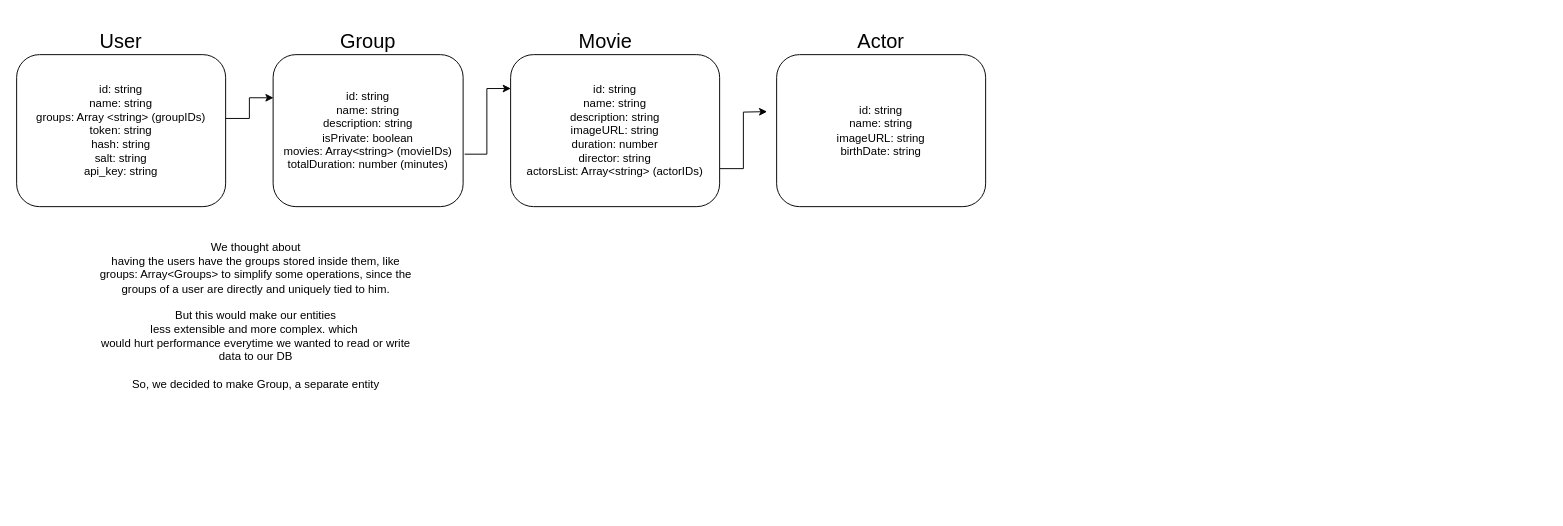
This is Docs/storage.drawio from p4ulor/Movies-Manager, a draw.io file, before an edit. Source tidied: cells renumbered, new cells numbered last; positions are measured from the earlier drawing's top-left corner, leaving out a move shared by most shapes. Both pictures are drawn from the tidied source at 95%, with x=0, y=0 at pixel (16, 26).
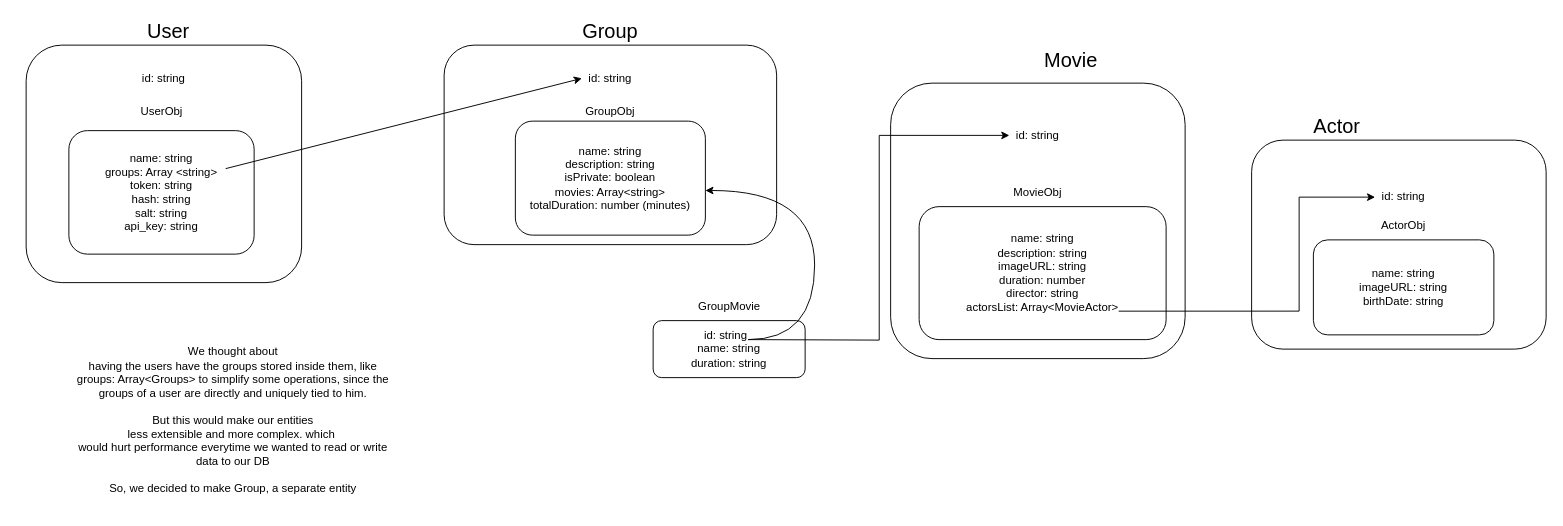
The same diagram, later.

The edit, as a diff of the source:
```diff
@@
-    <mxCell id="2" style="edgeStyle=orthogonalEdgeStyle;rounded=0;jettySize=auto;html=1;exitX=0.995;exitY=0.42;exitDx=0;exitDy=0;entryX=0.002;entryY=0.284;entryDx=0;entryDy=0;entryPerimeter=0;fontSize=21;exitPerimeter=0;" parent="1" edge="1" source="3" target="6">
-      <mxGeometry relative="1" as="geometry" />
-    </mxCell>
-    <mxCell id="3" value="id: string&lt;br&gt;name: string&lt;br&gt;groups: Array &amp;lt;string&amp;gt; (groupIDs)&lt;br&gt;token: string&lt;br&gt;hash: string&lt;br&gt;salt: string&lt;br&gt;api_key: string" style="rounded=1;whiteSpace=wrap;html=1;" parent="1" vertex="1">
-      <mxGeometry y="30" width="220" height="160" as="geometry" />
+    <mxCell id="3" style="rounded=1;whiteSpace=wrap;html=1;" parent="1" vertex="1">
+      <mxGeometry x="10" y="20" width="290" height="250" as="geometry" />
     </mxCell>
     <mxCell id="4" value="&lt;font style=&quot;font-size: 21px;&quot;&gt;User&lt;/font&gt;" style="text;html=1;strokeColor=none;fillColor=none;align=center;verticalAlign=middle;whiteSpace=wrap;rounded=0;" parent="1" vertex="1">
-      <mxGeometry x="80" width="60" height="30" as="geometry" />
+      <mxGeometry x="130" y="-10" width="60" height="30" as="geometry" />
     </mxCell>
-    <mxCell id="5" style="edgeStyle=orthogonalEdgeStyle;rounded=0;jettySize=auto;html=1;exitX=1.008;exitY=0.655;exitDx=0;exitDy=0;entryX=0.001;entryY=0.223;entryDx=0;entryDy=0;fontSize=21;exitPerimeter=0;entryPerimeter=0;" parent="1" edge="1" source="6" target="10">
-      <mxGeometry relative="1" as="geometry" />
-    </mxCell>
-    <mxCell id="6" value="id: string&lt;br&gt;name: string&lt;br&gt;description: string&lt;br&gt;isPrivate: boolean&lt;br&gt;movies: Array&amp;lt;string&amp;gt; (movieIDs)&lt;br&gt;totalDuration: number (minutes)" style="rounded=1;whiteSpace=wrap;html=1;" parent="1" vertex="1">
-      <mxGeometry x="270" y="30" width="200" height="160" as="geometry" />
+    <mxCell id="6" style="rounded=1;whiteSpace=wrap;html=1;" parent="1" vertex="1">
+      <mxGeometry x="450" y="20" width="350" height="210" as="geometry" />
     </mxCell>
     <mxCell id="7" value="&lt;font style=&quot;font-size: 21px;&quot;&gt;Group&lt;/font&gt;" style="text;html=1;strokeColor=none;fillColor=none;align=center;verticalAlign=middle;whiteSpace=wrap;rounded=0;" parent="1" vertex="1">
-      <mxGeometry x="340" width="60" height="30" as="geometry" />
+      <mxGeometry x="595" y="-10" width="60" height="30" as="geometry" />
     </mxCell>
     <mxCell id="8" value="&lt;font style=&quot;font-size: 21px;&quot;&gt;Movie&lt;/font&gt;" style="text;html=1;strokeColor=none;fillColor=none;align=center;verticalAlign=middle;whiteSpace=wrap;rounded=0;" parent="1" vertex="1">
-      <mxGeometry x="590" width="60" height="30" as="geometry" />
+      <mxGeometry x="1080" y="20" width="60" height="30" as="geometry" />
     </mxCell>
-    <mxCell id="9" style="edgeStyle=orthogonalEdgeStyle;rounded=0;jettySize=auto;html=1;exitX=1;exitY=0.75;exitDx=0;exitDy=0;fontSize=21;" parent="1" edge="1" source="10">
-      <mxGeometry relative="1" as="geometry">
-        <mxPoint x="790" y="90" as="targetPoint" />
-      </mxGeometry>
-    </mxCell>
-    <mxCell id="10" value="id: string&lt;br&gt;name: string&lt;br&gt;description: string&lt;br&gt;imageURL: string&lt;br&gt;duration: number&lt;br&gt;director: string&lt;br&gt;actorsList: Array&amp;lt;string&amp;gt; (actorIDs)" style="rounded=1;whiteSpace=wrap;html=1;" parent="1" vertex="1">
-      <mxGeometry x="520" y="30" width="220" height="160" as="geometry" />
+    <mxCell id="10" style="rounded=1;whiteSpace=wrap;html=1;" parent="1" vertex="1">
+      <mxGeometry x="920" y="60" width="310" height="290" as="geometry" />
     </mxCell>
     <mxCell id="11" value="&lt;font style=&quot;font-size: 21px;&quot;&gt;Actor&lt;/font&gt;" style="text;html=1;strokeColor=none;fillColor=none;align=center;verticalAlign=middle;whiteSpace=wrap;rounded=0;" parent="1" vertex="1">
-      <mxGeometry x="880" width="60" height="30" as="geometry" />
+      <mxGeometry x="1360" y="90" width="60" height="30" as="geometry" />
     </mxCell>
-    <mxCell id="12" value="id: string&lt;br&gt;name: string&lt;br&gt;imageURL: string&lt;br&gt;birthDate: string" style="rounded=1;whiteSpace=wrap;html=1;" parent="1" vertex="1">
-      <mxGeometry x="800" y="30" width="220" height="160" as="geometry" />
+    <mxCell id="12" style="rounded=1;whiteSpace=wrap;html=1;" parent="1" vertex="1">
+      <mxGeometry x="1300" y="120" width="310" height="220" as="geometry" />
     </mxCell>
     <mxCell id="13" value="We thought about&lt;br&gt;having the users have the groups stored inside them, like&lt;br&gt;groups: Array&amp;lt;Groups&amp;gt; to simplify some operations, since the groups of a user are directly and uniquely tied to him.&lt;br&gt;&lt;br&gt;But this would make our entities&lt;br&gt;less extensible and more complex. which&amp;nbsp;&lt;br&gt;would hurt performance everytime we wanted to read or write data to our DB&lt;br&gt;&lt;br&gt;So, we decided to make Group, a separate entity" style="text;html=1;strokeColor=none;fillColor=none;align=center;verticalAlign=middle;whiteSpace=wrap;rounded=0;" parent="1" vertex="1">
-      <mxGeometry x="84" y="210" width="336" height="190" as="geometry" />
+      <mxGeometry x="60" y="320" width="336" height="190" as="geometry" />
     </mxCell>
+    <mxCell id="14" value="name: string&lt;br&gt;groups: Array &amp;lt;string&amp;gt;&lt;br&gt;token: string&lt;br&gt;hash: string&lt;br&gt;salt: string&lt;br&gt;api_key: string" style="rounded=1;whiteSpace=wrap;html=1;" parent="1" vertex="1">
+      <mxGeometry x="55" y="110" width="195" height="130" as="geometry" />
+    </mxCell>
+    <mxCell id="15" value="id: string" style="text;html=1;strokeColor=none;fillColor=none;align=center;verticalAlign=middle;whiteSpace=wrap;rounded=0;" parent="1" vertex="1">
+      <mxGeometry x="125" y="40" width="60" height="30" as="geometry" />
+    </mxCell>
+    <mxCell id="16" value="UserObj" style="text;html=1;strokeColor=none;fillColor=none;align=center;verticalAlign=middle;whiteSpace=wrap;rounded=0;" parent="1" vertex="1">
+      <mxGeometry x="107.5" y="70" width="90" height="40" as="geometry" />
+    </mxCell>
+    <mxCell id="17" style="endArrow=classic;html=1;entryX=0;entryY=0.5;entryDx=0;entryDy=0;" parent="1" edge="1" target="18">
+      <mxGeometry relative="1" as="geometry">
+        <mxPoint x="220" y="150" as="sourcePoint" />
+      </mxGeometry>
+    </mxCell>
+    <mxCell id="18" value="id: string" style="text;html=1;strokeColor=none;fillColor=none;align=center;verticalAlign=middle;whiteSpace=wrap;rounded=0;" parent="1" vertex="1">
+      <mxGeometry x="595" y="40" width="60" height="30" as="geometry" />
+    </mxCell>
+    <mxCell id="19" value="name: string&lt;br&gt;description: string&lt;br&gt;isPrivate: boolean&lt;br&gt;movies: Array&amp;lt;string&amp;gt;&lt;br&gt;totalDuration: number (minutes)" style="rounded=1;whiteSpace=wrap;html=1;" parent="1" vertex="1">
+      <mxGeometry x="525" y="100" width="200" height="120" as="geometry" />
+    </mxCell>
+    <mxCell id="20" value="GroupObj" style="text;html=1;strokeColor=none;fillColor=none;align=center;verticalAlign=middle;whiteSpace=wrap;rounded=0;" parent="1" vertex="1">
+      <mxGeometry x="580" y="70" width="90" height="40" as="geometry" />
+    </mxCell>
+    <mxCell id="21" value="id: string&amp;nbsp;&amp;nbsp;&lt;br&gt;name: string&lt;br&gt;duration: string" style="rounded=1;whiteSpace=wrap;html=1;" parent="1" vertex="1">
+      <mxGeometry x="670" y="310" width="160" height="60" as="geometry" />
+    </mxCell>
+    <mxCell id="22" value="GroupMovie" style="text;html=1;strokeColor=none;fillColor=none;align=center;verticalAlign=middle;whiteSpace=wrap;rounded=0;" parent="1" vertex="1">
+      <mxGeometry x="707.5" y="280" width="85" height="30" as="geometry" />
+    </mxCell>
+    <mxCell id="23" style="endArrow=classic;html=1;exitX=0.625;exitY=0.333;exitDx=0;exitDy=0;exitPerimeter=0;edgeStyle=orthogonalEdgeStyle;curved=1;" parent="1" edge="1" source="21" target="19">
+      <mxGeometry relative="1" as="geometry">
+        <Array as="points">
+          <mxPoint x="840" y="330" />
+          <mxPoint x="840" y="173" />
+        </Array>
+      </mxGeometry>
+    </mxCell>
+    <mxCell id="5" style="edgeStyle=orthogonalEdgeStyle;rounded=0;jettySize=auto;html=1;entryX=0;entryY=0.5;entryDx=0;entryDy=0;fontSize=21;" parent="1" edge="1" target="25">
+      <mxGeometry relative="1" as="geometry">
+        <mxPoint x="770" y="330" as="sourcePoint" />
+      </mxGeometry>
+    </mxCell>
+    <mxCell id="24" value="name: string&lt;br&gt;description: string&lt;br&gt;imageURL: string&lt;br&gt;duration: number&lt;br&gt;director: string&lt;br&gt;actorsList: Array&amp;lt;MovieActor&amp;gt;" style="rounded=1;whiteSpace=wrap;html=1;" parent="1" vertex="1">
+      <mxGeometry x="950" y="190" width="260" height="140" as="geometry" />
+    </mxCell>
+    <mxCell id="25" value="id: string" style="text;html=1;strokeColor=none;fillColor=none;align=center;verticalAlign=middle;whiteSpace=wrap;rounded=0;" parent="1" vertex="1">
+      <mxGeometry x="1045" y="100" width="60" height="30" as="geometry" />
+    </mxCell>
+    <mxCell id="26" value="MovieObj" style="text;html=1;strokeColor=none;fillColor=none;align=center;verticalAlign=middle;whiteSpace=wrap;rounded=0;" parent="1" vertex="1">
+      <mxGeometry x="1030" y="155" width="90" height="40" as="geometry" />
+    </mxCell>
+    <mxCell id="9" style="edgeStyle=orthogonalEdgeStyle;rounded=0;jettySize=auto;html=1;exitX=0.808;exitY=0.786;exitDx=0;exitDy=0;fontSize=21;exitPerimeter=0;entryX=0;entryY=0.5;entryDx=0;entryDy=0;" parent="1" edge="1" source="24" target="27">
+      <mxGeometry relative="1" as="geometry">
+        <Array as="points">
+          <mxPoint x="1350" y="300" />
+          <mxPoint x="1350" y="180" />
+        </Array>
+      </mxGeometry>
+    </mxCell>
+    <mxCell id="27" value="id: string" style="text;html=1;strokeColor=none;fillColor=none;align=center;verticalAlign=middle;whiteSpace=wrap;rounded=0;" parent="1" vertex="1">
+      <mxGeometry x="1430" y="165" width="60" height="30" as="geometry" />
+    </mxCell>
+    <mxCell id="28" value="name: string&lt;br&gt;imageURL: string&lt;br&gt;birthDate: string" style="rounded=1;whiteSpace=wrap;html=1;" parent="1" vertex="1">
+      <mxGeometry x="1365" y="225" width="190" height="100" as="geometry" />
+    </mxCell>
+    <mxCell id="29" value="ActorObj" style="text;html=1;strokeColor=none;fillColor=none;align=center;verticalAlign=middle;whiteSpace=wrap;rounded=0;" parent="1" vertex="1">
+      <mxGeometry x="1430" y="195" width="60" height="30" as="geometry" />
+    </mxCell>
```
